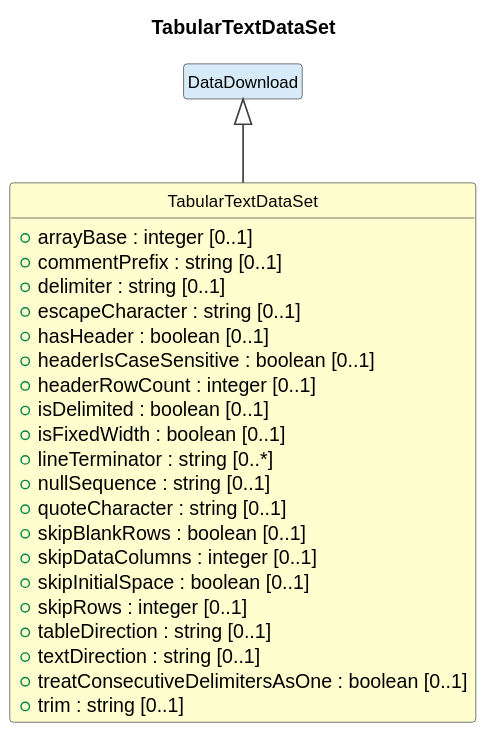
Earlier version of the PlantUML export cdif-uml-model/BasicDataDescription/Classes/TabularTextDataSet.svg (Cross-Domain-Interoperability-Framework/metadataBuildingBlocks).
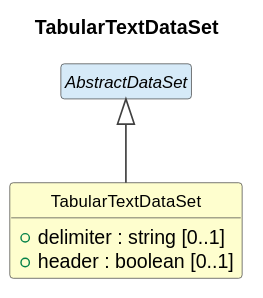
After the change.

The edit, as a diff of the source:
```diff
@@ -11,27 +11,9 @@
 }
 
 class "TabularTextDataSet" as TabularTextDataSet #FEFECE {
-  +arrayBase : integer [0..1]
-  +commentPrefix : string [0..1]
   +delimiter : string [0..1]
-  +escapeCharacter : string [0..1]
-  +hasHeader : boolean [0..1]
-  +headerIsCaseSensitive : boolean [0..1]
-  +headerRowCount : integer [0..1]
-  +isDelimited : boolean [0..1]
-  +isFixedWidth : boolean [0..1]
-  +lineTerminator : string [0..*]
-  +nullSequence : string [0..1]
-  +quoteCharacter : string [0..1]
-  +skipBlankRows : boolean [0..1]
-  +skipDataColumns : integer [0..1]
-  +skipInitialSpace : boolean [0..1]
-  +skipRows : integer [0..1]
-  +tableDirection : string [0..1]
-  +textDirection : string [0..1]
-  +treatConsecutiveDelimitersAsOne : boolean [0..1]
-  +trim : string [0..1]
+  +header : boolean [0..1]
 }
-class "DataDownload" as DataDownload #D6EAF8
-DataDownload <|-- TabularTextDataSet
+abstract class "AbstractDataSet" as AbstractDataSet #D6EAF8
+AbstractDataSet <|-- TabularTextDataSet
 @enduml
```
